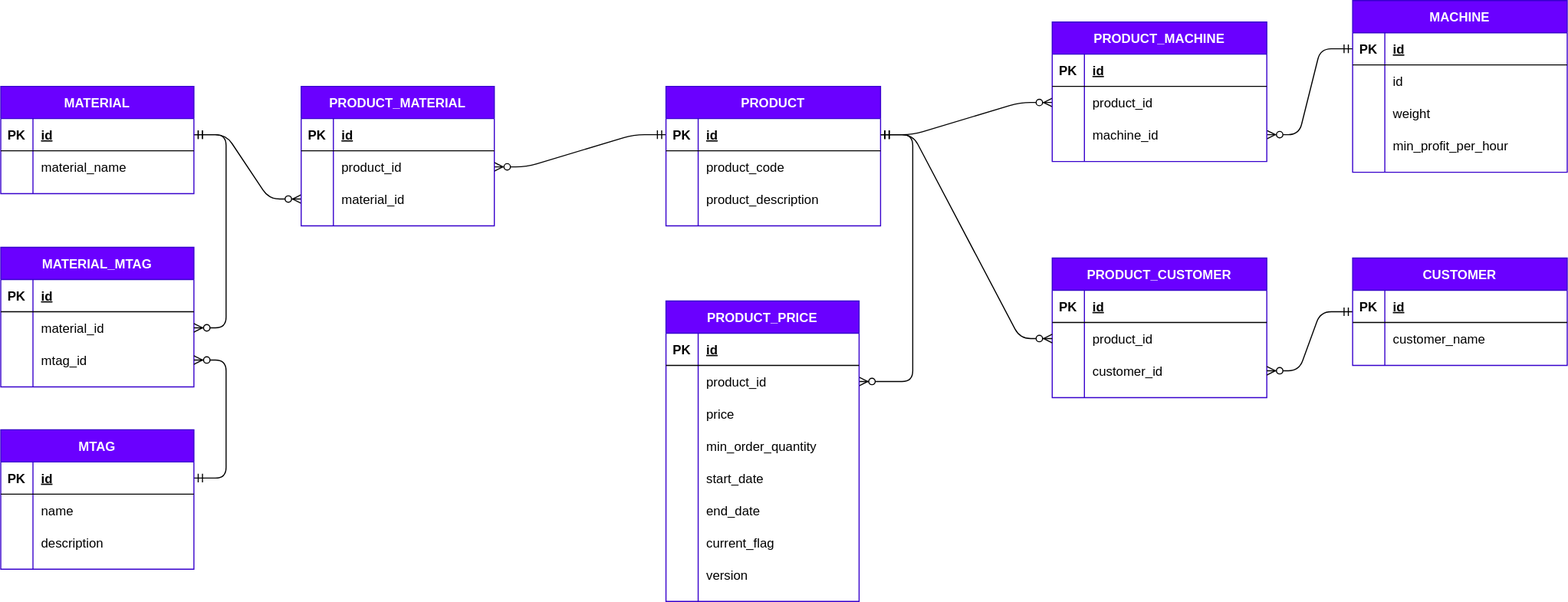
michael-huber2772/portfolio-dashboard keeps this draw.io diagram as diagrams/manufacturing.drawio.svg. Above is the earlier version. Source tidied: cells renumbered, new cells last; positions are measured from the earlier drawing's top-left corner, leaving out a move shared by most shapes.
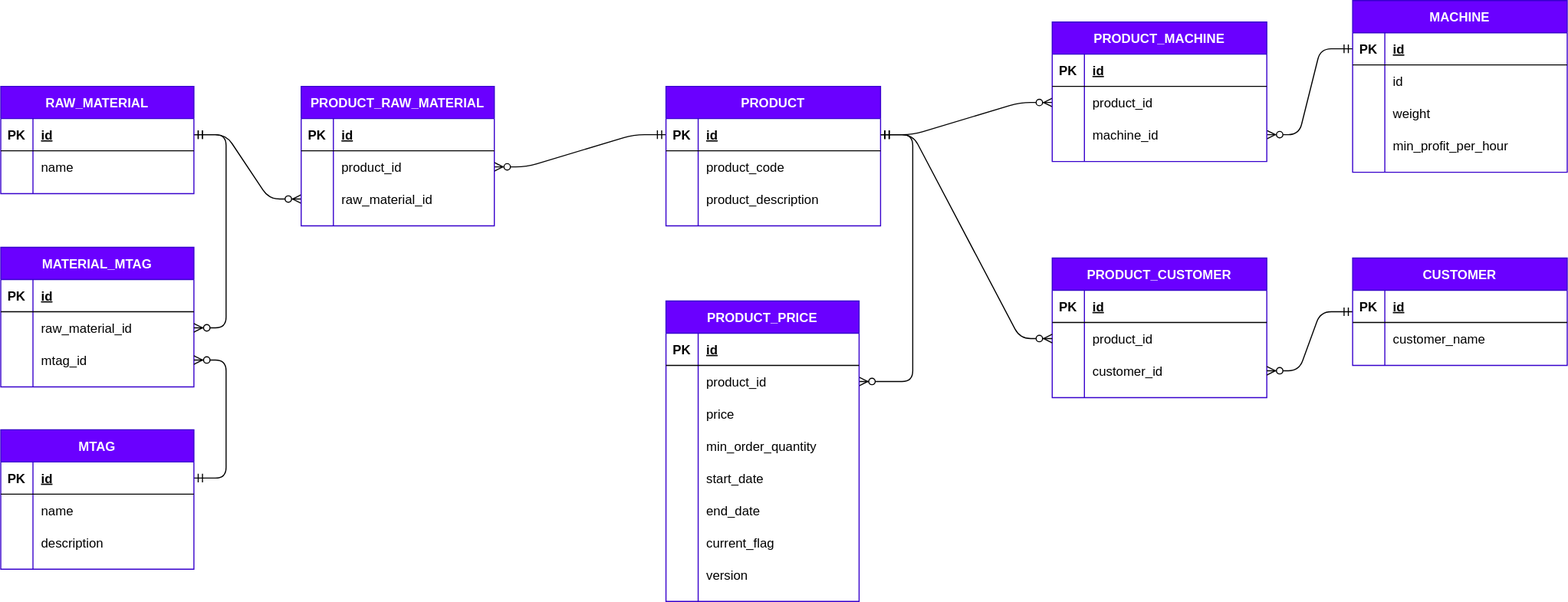
Later version of the same file.

Change to the diagram source:
```diff
@@ -17,7 +17,7 @@
     <mxCell id="6" style="edgeStyle=entityRelationEdgeStyle;fontSize=12;html=1;endArrow=ERzeroToMany;startArrow=ERmandOne;exitX=1;exitY=0.5;exitDx=0;exitDy=0;startFill=1;endFill=1;" parent="1" edge="1" source="18" target="31">
       <mxGeometry relative="1" as="geometry" />
     </mxCell>
-    <mxCell id="7" value="PRODUCT_MATERIAL" style="shape=table;startSize=30;rowLines=0;fontStyle=1;align=center;fillColor=#6a00ff;strokeColor=#3700CC;fontColor=#ffffff;" parent="1" vertex="1">
+    <mxCell id="7" value="PRODUCT_RAW_MATERIAL" style="shape=table;startSize=30;rowLines=0;fontStyle=1;align=center;fillColor=#6a00ff;strokeColor=#3700CC;fontColor=#ffffff;" parent="1" vertex="1">
       <mxGeometry x="280" y="80" width="180" height="130" as="geometry" />
     </mxCell>
     <mxCell id="8" style="shape=partialRectangle;fillColor=none;top=0;left=0;bottom=1;right=0;" parent="7" vertex="1">
@@ -44,7 +44,7 @@
     <mxCell id="15" style="shape=partialRectangle;fillColor=none;top=0;left=0;bottom=0;right=0;overflow=hidden;" parent="14" vertex="1">
       <mxGeometry width="30" height="30" as="geometry" />
     </mxCell>
-    <mxCell id="16" value="material_id" style="shape=partialRectangle;fillColor=none;top=0;left=0;bottom=0;right=0;align=left;spacingLeft=6;overflow=hidden;" parent="14" vertex="1">
+    <mxCell id="16" value="raw_material_id" style="shape=partialRectangle;fillColor=none;top=0;left=0;bottom=0;right=0;align=left;spacingLeft=6;overflow=hidden;" parent="14" vertex="1">
       <mxGeometry x="30" width="150" height="30" as="geometry" />
     </mxCell>
     <mxCell id="17" value="PRODUCT" style="shape=table;startSize=30;rowLines=0;fontStyle=1;align=center;fillColor=#6a00ff;strokeColor=#3700CC;fontColor=#ffffff;" parent="1" vertex="1">
@@ -206,7 +206,7 @@
     <mxCell id="69" style="shape=partialRectangle;fillColor=none;top=0;left=0;bottom=0;right=0;overflow=hidden;" parent="68" vertex="1">
       <mxGeometry width="30" height="30" as="geometry" />
     </mxCell>
-    <mxCell id="70" value="material_id" style="shape=partialRectangle;fillColor=none;top=0;left=0;bottom=0;right=0;align=left;spacingLeft=6;overflow=hidden;" parent="68" vertex="1">
+    <mxCell id="70" value="raw_material_id" style="shape=partialRectangle;fillColor=none;top=0;left=0;bottom=0;right=0;align=left;spacingLeft=6;overflow=hidden;" parent="68" vertex="1">
       <mxGeometry x="30" width="150" height="30" as="geometry" />
     </mxCell>
     <mxCell id="71" style="shape=partialRectangle;fillColor=none;top=0;left=0;bottom=0;right=0;points=[[0,0.5],[1,0.5]];portConstraint=eastwest;" parent="64" vertex="1">
@@ -224,7 +224,7 @@
     <mxCell id="75" style="edgeStyle=entityRelationEdgeStyle;rounded=1;jettySize=auto;html=1;startArrow=ERmandOne;startFill=0;endArrow=ERzeroToMany;endFill=1;" parent="1" edge="1" source="84" target="71">
       <mxGeometry relative="1" as="geometry" />
     </mxCell>
-    <mxCell id="76" value="MATERIAL" style="shape=table;startSize=30;rowLines=0;fontStyle=1;align=center;fillColor=#6a00ff;strokeColor=#3700CC;fontColor=#ffffff;" parent="1" vertex="1">
+    <mxCell id="76" value="RAW_MATERIAL" style="shape=table;startSize=30;rowLines=0;fontStyle=1;align=center;fillColor=#6a00ff;strokeColor=#3700CC;fontColor=#ffffff;" parent="1" vertex="1">
       <mxGeometry y="80" width="180" height="100" as="geometry" />
     </mxCell>
     <mxCell id="77" style="shape=partialRectangle;fillColor=none;top=0;left=0;bottom=1;right=0;points=[[0,0.5],[1,0.5]];portConstraint=eastwest;" parent="76" vertex="1">
@@ -242,7 +242,7 @@
     <mxCell id="81" style="shape=partialRectangle;fillColor=none;top=0;left=0;bottom=0;right=0;overflow=hidden;" parent="80" vertex="1">
       <mxGeometry width="30" height="30" as="geometry" />
     </mxCell>
-    <mxCell id="82" value="material_name" style="shape=partialRectangle;fillColor=none;top=0;left=0;bottom=0;right=0;align=left;spacingLeft=6;overflow=hidden;" parent="80" vertex="1">
+    <mxCell id="82" value="name" style="shape=partialRectangle;fillColor=none;top=0;left=0;bottom=0;right=0;align=left;spacingLeft=6;overflow=hidden;" parent="80" vertex="1">
       <mxGeometry x="30" width="150" height="30" as="geometry" />
     </mxCell>
     <mxCell id="83" value="MTAG" style="shape=table;startSize=30;rowLines=0;fontStyle=1;align=center;fillColor=#6a00ff;strokeColor=#3700CC;fontColor=#ffffff;" parent="1" vertex="1">
```
